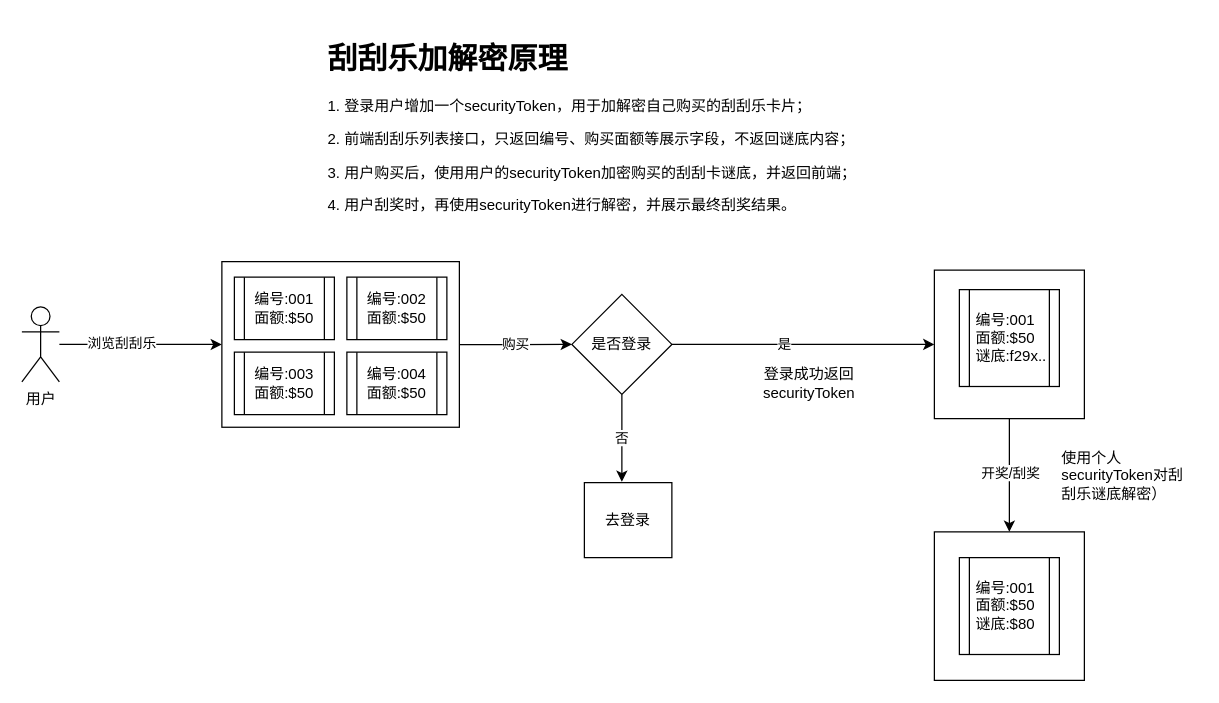
Above: 刮刮乐.drawio in metre/images (draw.io), before the change. Source tidied: cells renumbered, new cells numbered last; positions are measured from the earlier drawing's top-left corner, leaving out a move shared by most shapes. Both pictures are drawn from the tidied source at 125%, with x=0, y=0 at pixel (21, 34).
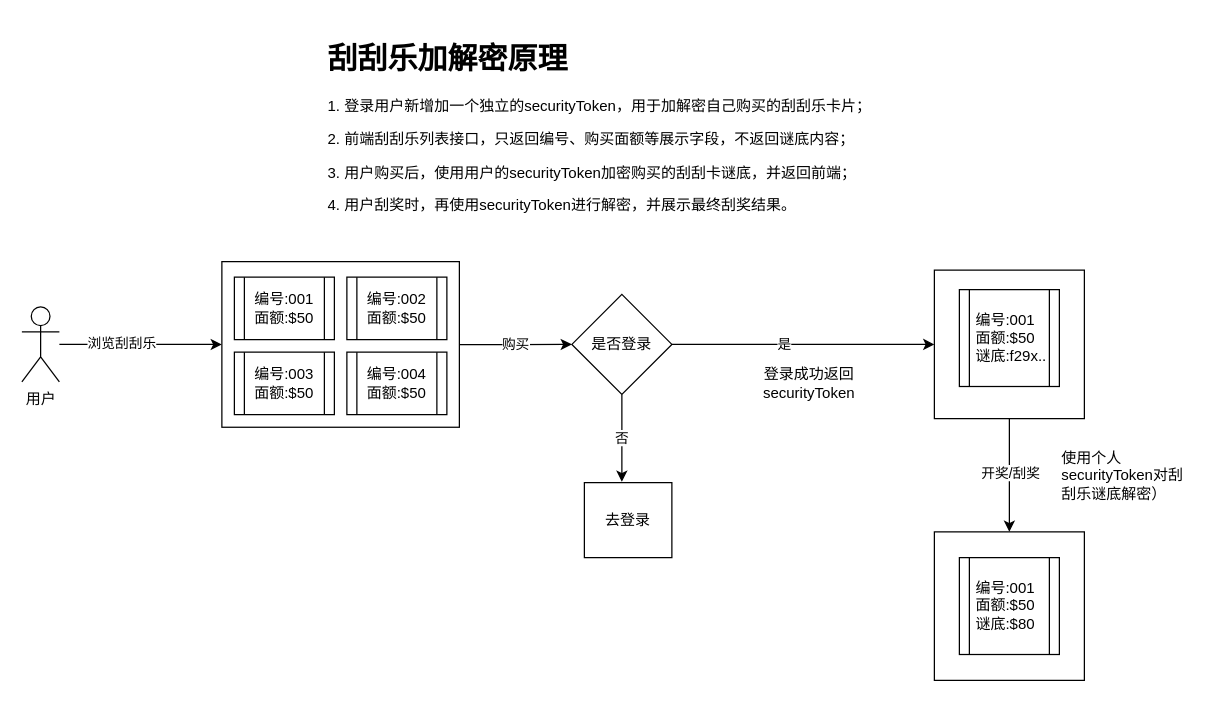
Above is the later version.

Commit message (it also covers changes not shown here):
更新刮刮乐.drawio

What changed in the source:
```diff
@@
-    <mxCell id="23" value="&lt;h1&gt;刮刮乐加解密原理&lt;/h1&gt;&lt;p&gt;1. 登录用户增加一个securityToken，用于加解密自己购买的刮刮乐卡片；&lt;/p&gt;&lt;p&gt;2. 前端刮刮乐列表接口，只返回编号、购买面额等展示字段，不返回谜底内容；&lt;/p&gt;&lt;p&gt;3. 用户购买后，使用用户的securityToken加密购买的刮刮卡谜底，并返回前端；&lt;/p&gt;&lt;p&gt;4. 用户刮奖时，再使用securityToken进行解密，并展示最终刮奖结果。&lt;/p&gt;" style="text;html=1;strokeColor=none;fillColor=none;spacing=5;spacingTop=-20;whiteSpace=wrap;overflow=hidden;rounded=0;" parent="1" vertex="1">
+    <mxCell id="23" value="&lt;h1&gt;刮刮乐加解密原理&lt;/h1&gt;&lt;p&gt;1. 登录用户新增加一个独立的securityToken，用于加解密自己购买的刮刮乐卡片；&lt;/p&gt;&lt;p&gt;2. 前端刮刮乐列表接口，只返回编号、购买面额等展示字段，不返回谜底内容；&lt;/p&gt;&lt;p&gt;3. 用户购买后，使用用户的securityToken加密购买的刮刮卡谜底，并返回前端；&lt;/p&gt;&lt;p&gt;4. 用户刮奖时，再使用securityToken进行解密，并展示最终刮奖结果。&lt;/p&gt;" style="text;html=1;strokeColor=none;fillColor=none;spacing=5;spacingTop=-20;whiteSpace=wrap;overflow=hidden;rounded=0;" parent="1" vertex="1">
       <mxGeometry x="240" width="540" height="149" as="geometry" />
     </mxCell>
```
